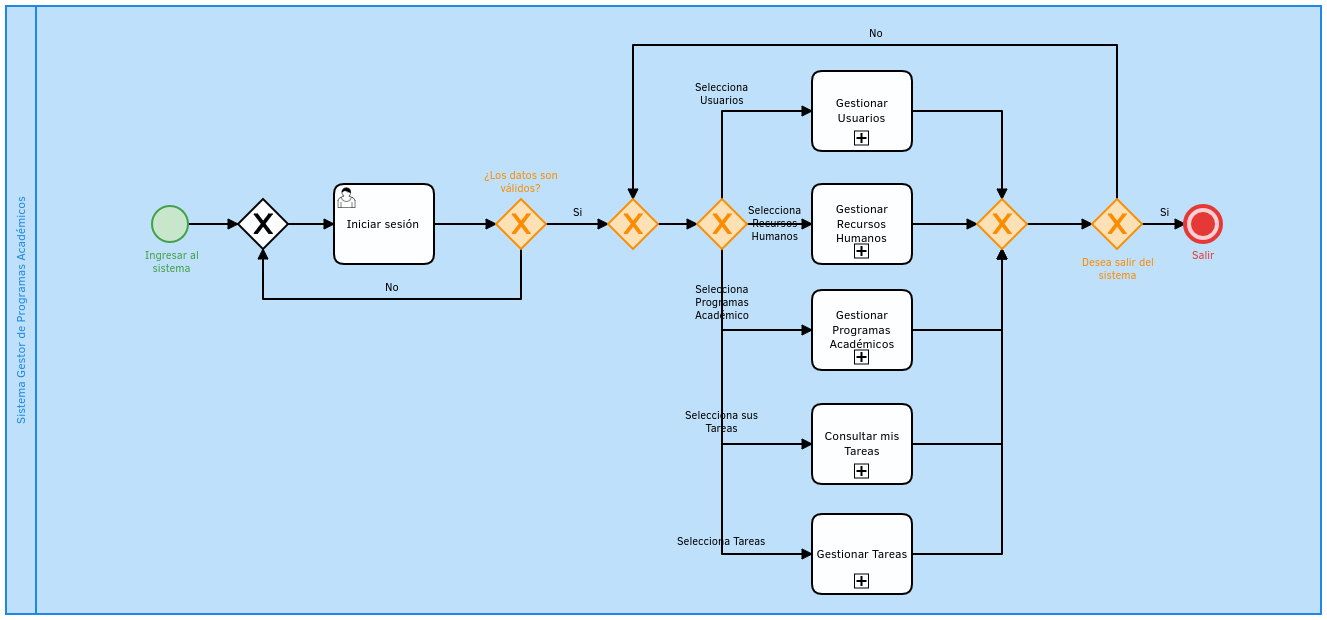
Earlier version of the BPMN export Manual de Usuario/Jefe de Innovación Educatva/images/SP1/ProcesoGeneral.png (SoftwareEngineerESCOM/IngSof). Its source is kept beside it as Manual de Usuario/Jefe de Innovación Educatva/images/SP1/ProcesoGeneral.bpmn. Ids are renumbered.
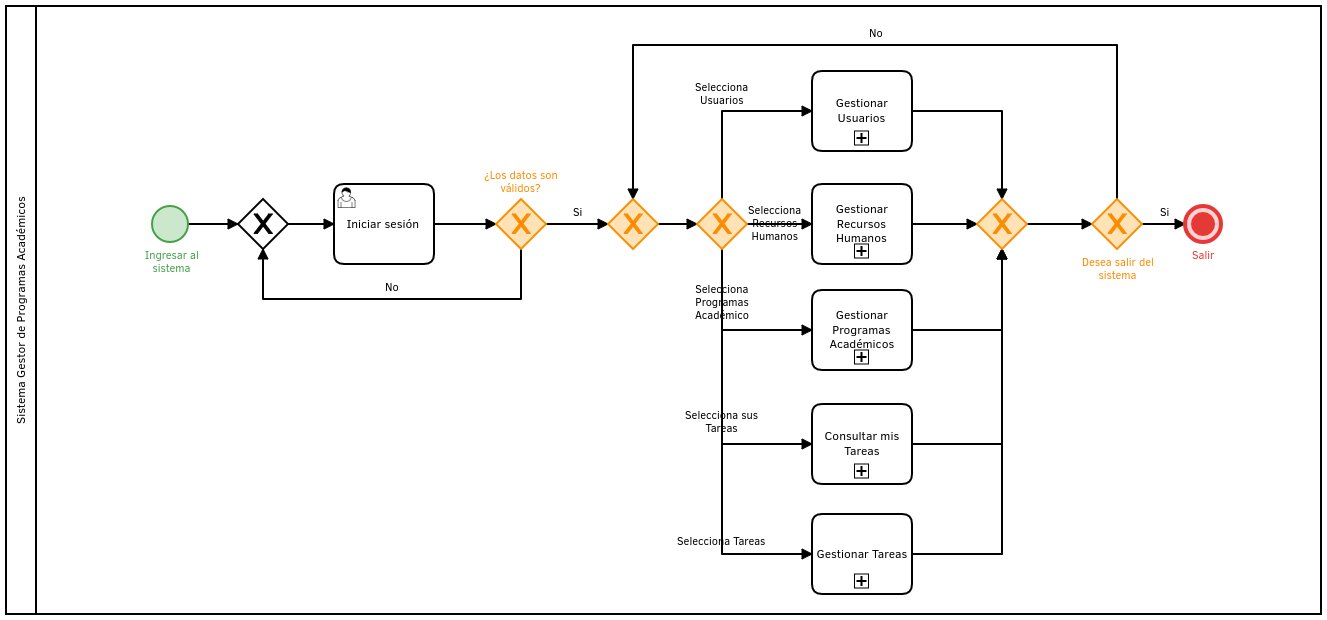
Above is the later version.

What changed in the source:
```diff
@@ -92,7 +92,7 @@
   </bpmn:process>
   <bpmndi:BPMNDiagram id="BPMNDiagram_1">
     <bpmndi:BPMNPlane id="BPMNPlane_1" bpmnElement="Collaboration_n2">
-      <bpmndi:BPMNShape id="Participant_n3_di" bpmnElement="Participant_n3" bioc:stroke="#1E88E5" bioc:fill="#BBDEFB">
+      <bpmndi:BPMNShape id="Participant_n3_di" bpmnElement="Participant_n3">
         <dc:Bounds x="92" y="-99" width="1315" height="608" />
       </bpmndi:BPMNShape>
       <bpmndi:BPMNShape id="_BPMNShape_StartEvent_2" bpmnElement="StartEvent_1" bioc:stroke="#43A047" bioc:fill="#C8E6C9">
```
